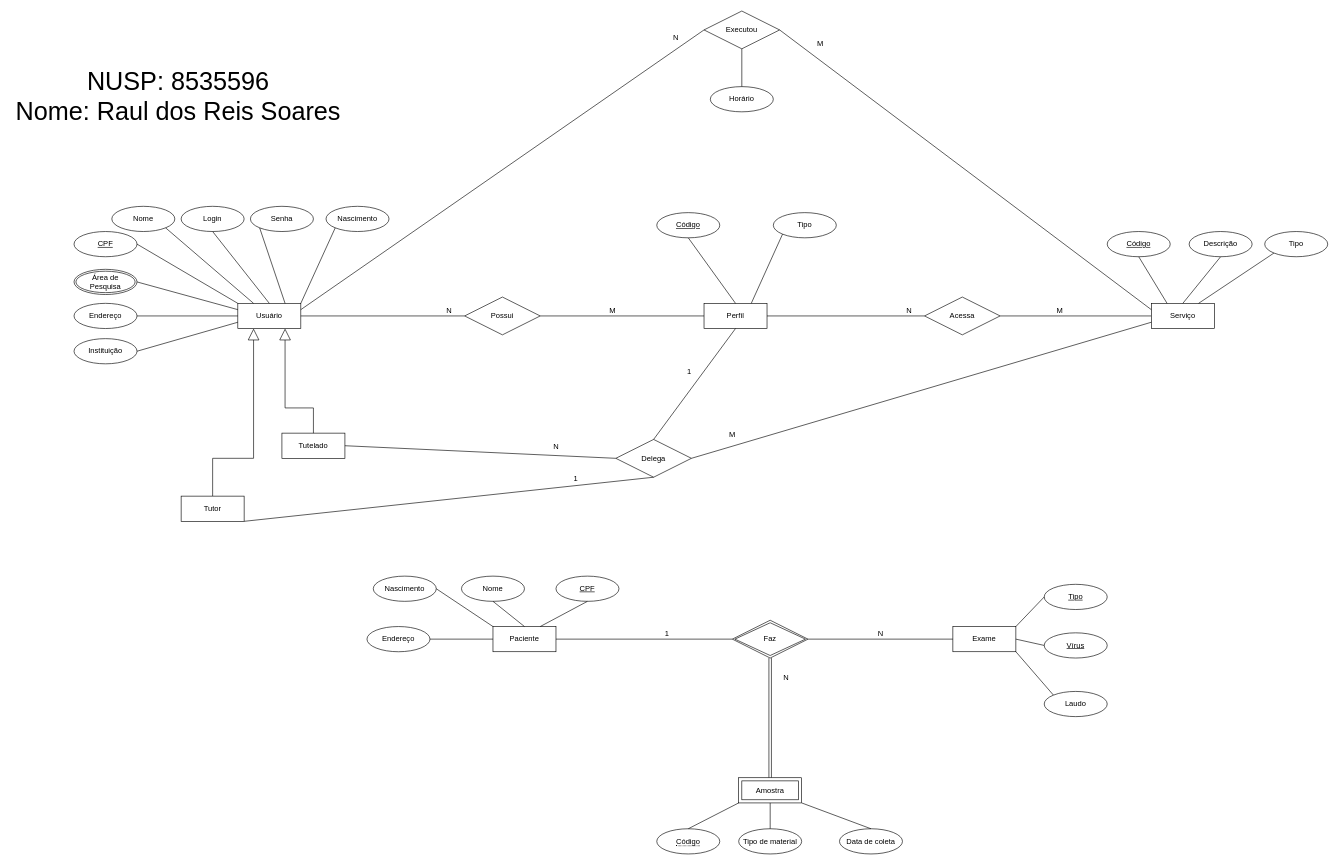
This is Modelo Conceitual.drawio from RaulReisS/EPMAC0350, a draw.io file, before an edit. Source tidied: cells renumbered, new cells numbered last; positions are measured from the earlier drawing's top-left corner, leaving out a move shared by most shapes. Both pictures are drawn from the tidied source at 63%, with x=0, y=0 at pixel (11, 11).
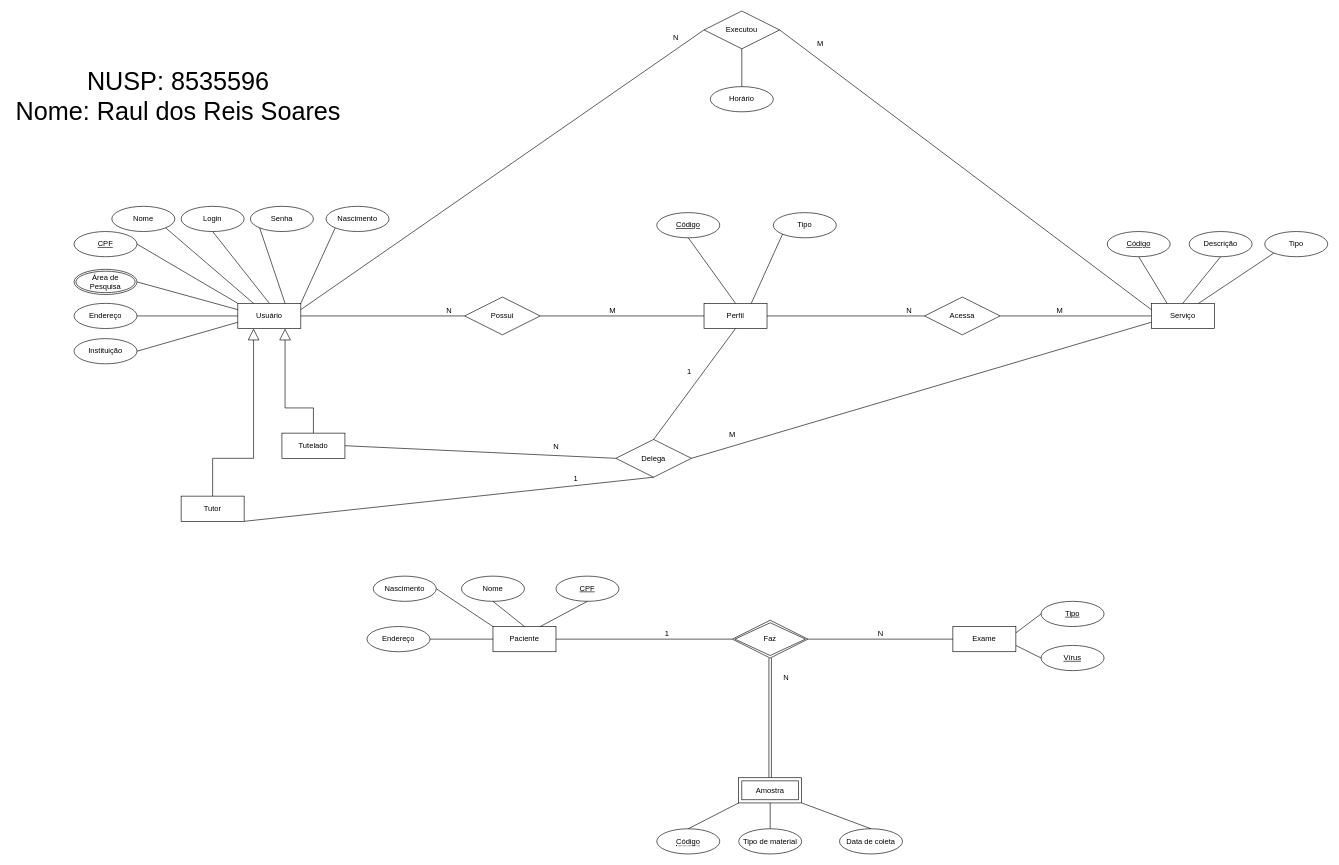
After the change.

Commit message:
Removido o campo Laudo para os exames

The change refers to these unchanged cells:
```xml
<mxCell id="57" value="Exame" style="whiteSpace=wrap;html=1;align=center;" parent="1" vertex="1">
  <mxGeometry x="1495" y="977" width="100" height="40" as="geometry" />
</mxCell>
```

The edit, as a diff of the source:
```diff
@@
     <mxCell id="58" value="Vírus" style="ellipse;whiteSpace=wrap;html=1;align=center;fontStyle=4;" parent="1" vertex="1">
-      <mxGeometry x="1640" y="987" width="100" height="40" as="geometry" />
+      <mxGeometry x="1635" y="1007" width="100" height="40" as="geometry" />
     </mxCell>
     <mxCell id="59" value="Tipo" style="ellipse;whiteSpace=wrap;html=1;align=center;fontStyle=4;" parent="1" vertex="1">
-      <mxGeometry x="1640" y="910" width="100" height="40" as="geometry" />
+      <mxGeometry x="1635" y="937" width="100" height="40" as="geometry" />
     </mxCell>
-    <mxCell id="60" style="endArrow=none;html=1;rounded=0;entryX=0;entryY=0.5;entryDx=0;entryDy=0;exitX=1;exitY=0;exitDx=0;exitDy=0;" parent="1" edge="1" source="57" target="59">
+    <mxCell id="60" style="endArrow=none;html=1;rounded=0;entryX=0;entryY=0.5;entryDx=0;entryDy=0;exitX=1;exitY=0.25;exitDx=0;exitDy=0;" parent="1" edge="1" source="57" target="59">
       <mxGeometry relative="1" as="geometry" />
     </mxCell>
-    <mxCell id="61" style="endArrow=none;html=1;rounded=0;entryX=0;entryY=0.5;entryDx=0;entryDy=0;exitX=1;exitY=0.5;exitDx=0;exitDy=0;" parent="1" edge="1" source="57" target="58">
+    <mxCell id="61" style="endArrow=none;html=1;rounded=0;entryX=0;entryY=0.5;entryDx=0;entryDy=0;exitX=1;exitY=0.75;exitDx=0;exitDy=0;" parent="1" edge="1" source="57" target="58">
       <mxGeometry relative="1" as="geometry" />
     </mxCell>
@@
-    <mxCell id="90" value="Laudo" style="ellipse;whiteSpace=wrap;html=1;align=center;" parent="1" vertex="1">
-      <mxGeometry x="1640" y="1080" width="100" height="40" as="geometry" />
-    </mxCell>
-    <mxCell id="91" style="endArrow=none;html=1;rounded=0;entryX=0;entryY=0;entryDx=0;entryDy=0;exitX=1;exitY=1;exitDx=0;exitDy=0;" parent="1" edge="1" source="57" target="90">
-      <mxGeometry relative="1" as="geometry" />
-    </mxCell>
```
